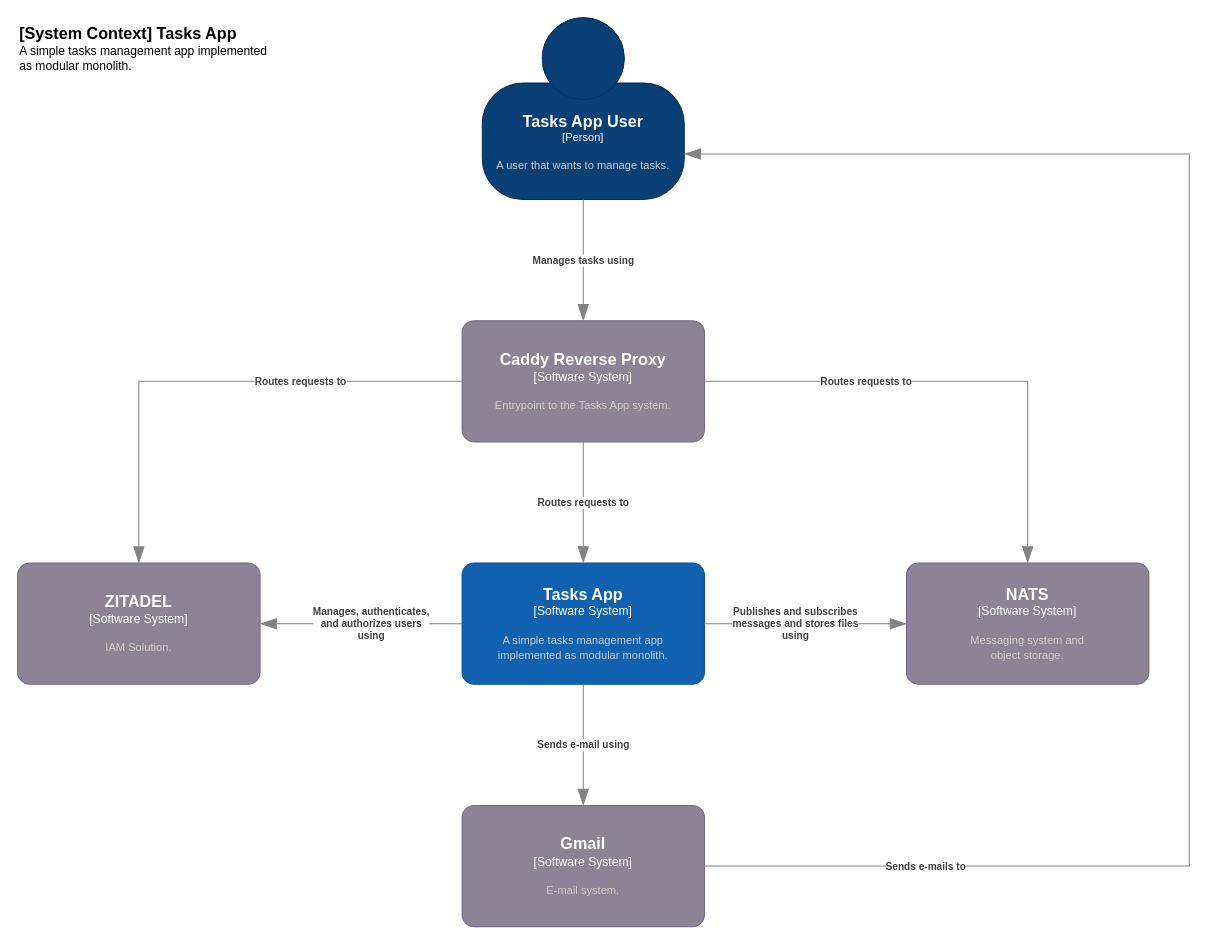
Earlier version of the draw.io diagram page "System Context" (1 of 2) of doc/c4_diagrams.drawio (heikkilamarko/tasks-app). Source tidied: cells renumbered, new cells numbered last; positions are measured from the earlier drawing's top-left corner, leaving out a move shared by most shapes. Both pictures are drawn from the tidied source at 101%, with x=0, y=0 at pixel (17, 17).
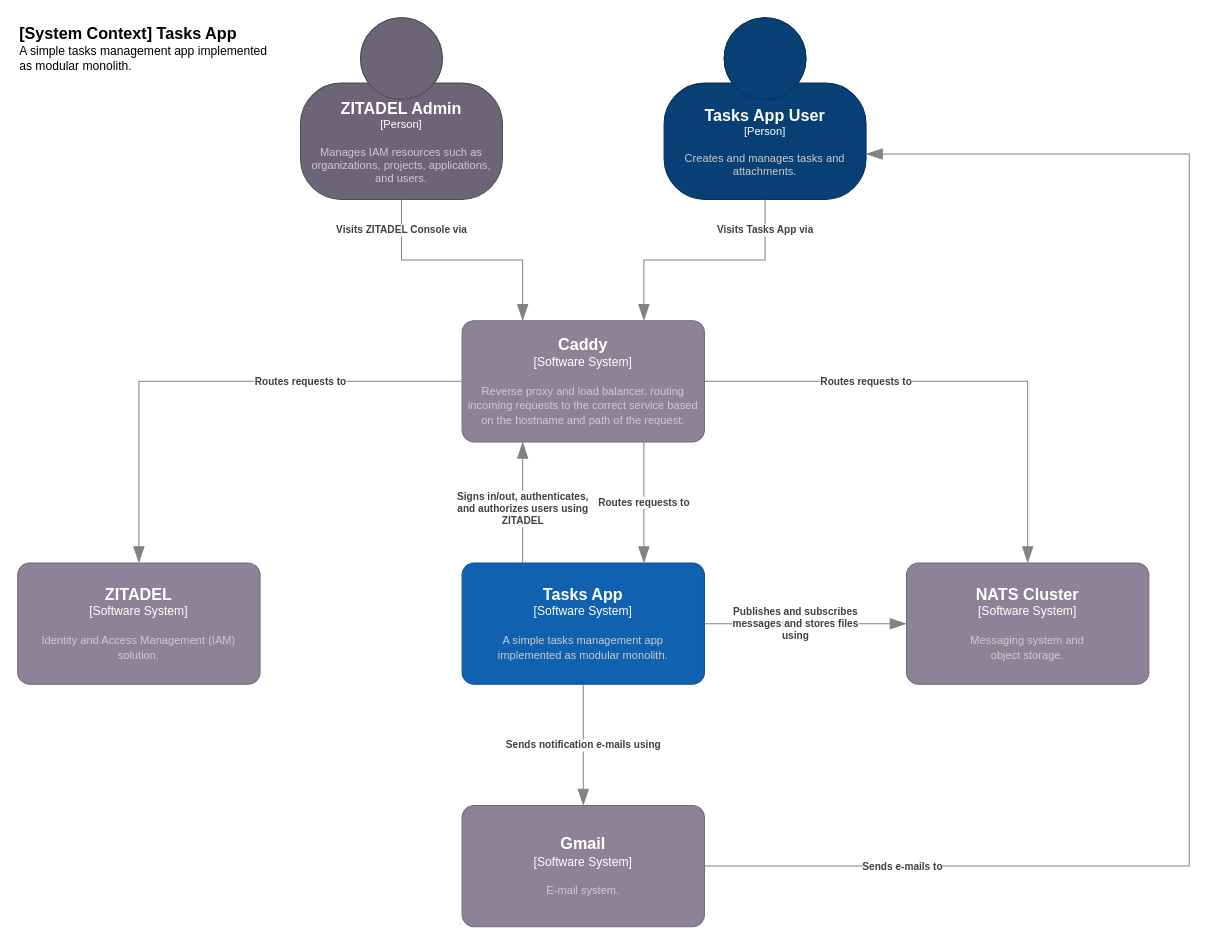
Above is the later version.

The change refers to these unchanged cells:
```xml
<object id="3" label="&lt;font style=&quot;font-size: 16px&quot;&gt;&lt;b&gt;%c4Name%&lt;/b&gt;&lt;/font&gt;&lt;div&gt;[%c4Type%]&lt;/div&gt;&lt;br&gt;&lt;div&gt;&lt;font style=&quot;font-size: 11px&quot;&gt;&lt;font color=&quot;#cccccc&quot;&gt;%c4Description%&lt;/font&gt;&lt;/div&gt;" c4Description="A simple tasks management app&#10;implemented as modular monolith." c4Name="Tasks App" c4Type="Software System" placeholders="1">
  <mxCell style="rounded=1;whiteSpace=wrap;html=1;labelBackgroundColor=none;fillColor=#1061B0;fontColor=#ffffff;align=center;arcSize=10;strokeColor=#0D5091;points=[[0.25,0,0],[0.5,0,0],[0.75,0,0],[1,0.25,0],[1,0.5,0],[1,0.75,0],[0.75,1,0],[0.5,1,0],[0.25,1,0],[0,0.75,0],[0,0.5,0],[0,0.25,0]];" parent="1" vertex="1">
    <mxGeometry x="440" y="540" width="240" height="120" as="geometry" />
  </mxCell>
</object>
<object id="4" label="&lt;font style=&quot;font-size: 16px&quot;&gt;&lt;b&gt;%c4Name%&lt;/b&gt;&lt;/font&gt;&lt;div&gt;[%c4Type%]&lt;/div&gt;&lt;br&gt;&lt;div&gt;&lt;font style=&quot;font-size: 11px&quot;&gt;&lt;font color=&quot;#cccccc&quot;&gt;%c4Description%&lt;/font&gt;&lt;/div&gt;" c4Description="E-mail system." c4Name="Gmail" c4Type="Software System" placeholders="1">
  <mxCell style="rounded=1;whiteSpace=wrap;html=1;labelBackgroundColor=none;fillColor=#8C8496;fontColor=#ffffff;align=center;arcSize=10;strokeColor=#736782;points=[[0.25,0,0],[0.5,0,0],[0.75,0,0],[1,0.25,0],[1,0.5,0],[1,0.75,0],[0.75,1,0],[0.5,1,0],[0.25,1,0],[0,0.75,0],[0,0.5,0],[0,0.25,0]];" parent="1" vertex="1">
    <mxGeometry x="440" y="780" width="240" height="120" as="geometry" />
  </mxCell>
</object>
```

Diff of the diagram source:
```diff
@@
-    <object id="2" label="&lt;font style=&quot;font-size: 16px&quot;&gt;&lt;b&gt;%c4Name%&lt;/b&gt;&lt;/font&gt;&lt;div&gt;[%c4Type%]&lt;/div&gt;&lt;br&gt;&lt;div&gt;&lt;font style=&quot;font-size: 11px&quot;&gt;&lt;font color=&quot;#cccccc&quot;&gt;%c4Description%&lt;/font&gt;&lt;/div&gt;" c4Description="A user that wants to manage tasks." c4Name="Tasks App User" c4Type="Person" placeholders="1">
+    <object id="2" label="&lt;font style=&quot;font-size: 16px&quot;&gt;&lt;b&gt;%c4Name%&lt;/b&gt;&lt;/font&gt;&lt;div&gt;[%c4Type%]&lt;/div&gt;&lt;br&gt;&lt;div&gt;&lt;font style=&quot;font-size: 11px&quot;&gt;&lt;font color=&quot;#cccccc&quot;&gt;%c4Description%&lt;/font&gt;&lt;/div&gt;" c4Description="Creates and manages tasks and attachments." c4Name="Tasks App User" c4Type="Person" placeholders="1">
       <mxCell style="html=1;fontSize=11;dashed=0;whiteSpace=wrap;fillColor=#083F75;strokeColor=#06315C;fontColor=#ffffff;shape=mxgraph.c4.person2;align=center;points=[[0.5,0,0],[1,0.5,0],[1,0.75,0],[0.75,1,0],[0.5,1,0],[0.25,1,0],[0,0.75,0],[0,0.5,0]];" parent="1" vertex="1">
-        <mxGeometry x="460" width="200" height="180" as="geometry" />
+        <mxGeometry x="640" width="200" height="180" as="geometry" />
       </mxCell>
     </object>
@@
-    <object id="5" label="&lt;font style=&quot;font-size: 16px&quot;&gt;&lt;b&gt;%c4Name%&lt;/b&gt;&lt;/font&gt;&lt;div&gt;[%c4Type%]&lt;/div&gt;&lt;br&gt;&lt;div&gt;&lt;font style=&quot;font-size: 11px&quot;&gt;&lt;font color=&quot;#cccccc&quot;&gt;%c4Description%&lt;/font&gt;&lt;/div&gt;" c4Description="Messaging system and&#10;object storage." c4Name="NATS" c4Type="Software System" placeholders="1">
+    <object id="5" label="&lt;font style=&quot;font-size: 16px&quot;&gt;&lt;b&gt;%c4Name%&lt;/b&gt;&lt;/font&gt;&lt;div&gt;[%c4Type%]&lt;/div&gt;&lt;br&gt;&lt;div&gt;&lt;font style=&quot;font-size: 11px&quot;&gt;&lt;font color=&quot;#cccccc&quot;&gt;%c4Description%&lt;/font&gt;&lt;/div&gt;" c4Description="Messaging system and&#10;object storage." c4Name="NATS Cluster" c4Type="Software System" placeholders="1">
       <mxCell style="rounded=1;whiteSpace=wrap;html=1;labelBackgroundColor=none;fillColor=#8C8496;fontColor=#ffffff;align=center;arcSize=10;strokeColor=#736782;points=[[0.25,0,0],[0.5,0,0],[0.75,0,0],[1,0.25,0],[1,0.5,0],[1,0.75,0],[0.75,1,0],[0.5,1,0],[0.25,1,0],[0,0.75,0],[0,0.5,0],[0,0.25,0]];" parent="1" vertex="1">
         <mxGeometry x="880" y="540" width="240" height="120" as="geometry" />
       </mxCell>
     </object>
-    <object id="6" label="&lt;font style=&quot;font-size: 16px&quot;&gt;&lt;b&gt;%c4Name%&lt;/b&gt;&lt;/font&gt;&lt;div&gt;[%c4Type%]&lt;/div&gt;&lt;br&gt;&lt;div&gt;&lt;font style=&quot;font-size: 11px&quot;&gt;&lt;font color=&quot;#cccccc&quot;&gt;%c4Description%&lt;/font&gt;&lt;/div&gt;" c4Description="IAM Solution." c4Name="ZITADEL" c4Type="Software System" placeholders="1">
+    <object id="6" label="&lt;font style=&quot;font-size: 16px&quot;&gt;&lt;b&gt;%c4Name%&lt;/b&gt;&lt;/font&gt;&lt;div&gt;[%c4Type%]&lt;/div&gt;&lt;br&gt;&lt;div&gt;&lt;font style=&quot;font-size: 11px&quot;&gt;&lt;font color=&quot;#cccccc&quot;&gt;%c4Description%&lt;/font&gt;&lt;/div&gt;" c4Description="Identity and Access Management (IAM)&#10;solution." c4Name="ZITADEL" c4Type="Software System" placeholders="1">
       <mxCell style="rounded=1;whiteSpace=wrap;html=1;labelBackgroundColor=none;fillColor=#8C8496;fontColor=#ffffff;align=center;arcSize=10;strokeColor=#736782;points=[[0.25,0,0],[0.5,0,0],[0.75,0,0],[1,0.25,0],[1,0.5,0],[1,0.75,0],[0.75,1,0],[0.5,1,0],[0.25,1,0],[0,0.75,0],[0,0.5,0],[0,0.25,0]];" parent="1" vertex="1">
         <mxGeometry y="540" width="240" height="120" as="geometry" />
       </mxCell>
     </object>
@@
-    <object id="8" label="&lt;div style=&quot;text-align: left&quot;&gt;&lt;div style=&quot;text-align: center&quot;&gt;&lt;b&gt;%c4Description%&lt;/b&gt;&lt;/div&gt;" c4Description="Manages tasks using" placeholders="1">
-      <mxCell style="endArrow=blockThin;html=1;fontSize=10;fontColor=#404040;strokeWidth=1;endFill=1;strokeColor=#828282;elbow=vertical;endSize=14;startSize=14;jumpStyle=arc;jumpSize=16;rounded=0;edgeStyle=orthogonalEdgeStyle;exitX=0.5;exitY=1;exitDx=0;exitDy=0;exitPerimeter=0;entryX=0.5;entryY=0;entryDx=0;entryDy=0;entryPerimeter=0;" parent="1" edge="1" source="2" target="13">
-        <mxGeometry relative="1" as="geometry" />
+    <object id="8" label="&lt;div style=&quot;text-align: left&quot;&gt;&lt;div style=&quot;text-align: center&quot;&gt;&lt;b&gt;%c4Description%&lt;/b&gt;&lt;/div&gt;" c4Description="Visits Tasks App via" placeholders="1">
+      <mxCell style="endArrow=blockThin;html=1;fontSize=10;fontColor=#404040;strokeWidth=1;endFill=1;strokeColor=#828282;elbow=vertical;endSize=14;startSize=14;jumpStyle=arc;jumpSize=16;rounded=0;edgeStyle=orthogonalEdgeStyle;exitX=0.5;exitY=1;exitDx=0;exitDy=0;exitPerimeter=0;entryX=0.75;entryY=0;entryDx=0;entryDy=0;entryPerimeter=0;" parent="1" edge="1" source="2" target="13">
+        <mxGeometry x="-0.75" relative="1" as="geometry" />
       </mxCell>
     </object>
-    <object id="9" label="&lt;div style=&quot;text-align: left&quot;&gt;&lt;div style=&quot;text-align: center&quot;&gt;&lt;b&gt;%c4Description%&lt;/b&gt;&lt;/div&gt;" c4Description="Sends e-mail using" placeholders="1">
+    <object id="9" label="&lt;div style=&quot;text-align: left&quot;&gt;&lt;div style=&quot;text-align: center&quot;&gt;&lt;b&gt;%c4Description%&lt;/b&gt;&lt;/div&gt;" c4Description="Sends notification e-mails using" placeholders="1">
       <mxCell style="endArrow=blockThin;html=1;fontSize=10;fontColor=#404040;strokeWidth=1;endFill=1;strokeColor=#828282;elbow=vertical;endSize=14;startSize=14;jumpStyle=arc;jumpSize=16;rounded=0;edgeStyle=orthogonalEdgeStyle;exitX=0.5;exitY=1;exitDx=0;exitDy=0;exitPerimeter=0;entryX=0.5;entryY=0;entryDx=0;entryDy=0;entryPerimeter=0;" parent="1" edge="1" source="3" target="4">
         <mxGeometry relative="1" as="geometry" />
       </mxCell>
     </object>
@@
-    <object id="11" label="&lt;div style=&quot;text-align: left&quot;&gt;&lt;div style=&quot;text-align: center&quot;&gt;&lt;b&gt;%c4Description%&lt;/b&gt;&lt;/div&gt;" c4Description="Manages, authenticates,&#10;and authorizes users&#10;using" placeholders="1">
-      <mxCell style="endArrow=blockThin;html=1;fontSize=10;fontColor=#404040;strokeWidth=1;endFill=1;strokeColor=#828282;elbow=vertical;endSize=14;startSize=14;jumpStyle=arc;jumpSize=16;rounded=0;edgeStyle=orthogonalEdgeStyle;entryX=1;entryY=0.5;entryDx=0;entryDy=0;entryPerimeter=0;exitX=0;exitY=0.5;exitDx=0;exitDy=0;exitPerimeter=0;" parent="1" edge="1" source="3" target="6">
+    <object id="11" label="&lt;div style=&quot;text-align: left&quot;&gt;&lt;div style=&quot;text-align: center&quot;&gt;&lt;b&gt;%c4Description%&lt;/b&gt;&lt;/div&gt;" c4Description="Signs in/out, authenticates,&#10;and authorizes users using&#10;ZITADEL" placeholders="1">
+      <mxCell style="endArrow=blockThin;html=1;fontSize=10;fontColor=#404040;strokeWidth=1;endFill=1;strokeColor=#828282;elbow=vertical;endSize=14;startSize=14;jumpStyle=arc;jumpSize=16;rounded=0;edgeStyle=orthogonalEdgeStyle;entryX=0.25;entryY=1;entryDx=0;entryDy=0;entryPerimeter=0;exitX=0.25;exitY=0;exitDx=0;exitDy=0;exitPerimeter=0;" parent="1" edge="1" source="3" target="13">
         <mxGeometry x="-0.1" relative="1" as="geometry" />
       </mxCell>
     </object>
@@
-    <object id="13" label="&lt;font style=&quot;font-size: 16px&quot;&gt;&lt;b&gt;%c4Name%&lt;/b&gt;&lt;/font&gt;&lt;div&gt;[%c4Type%]&lt;/div&gt;&lt;br&gt;&lt;div&gt;&lt;font style=&quot;font-size: 11px&quot;&gt;&lt;font color=&quot;#cccccc&quot;&gt;%c4Description%&lt;/font&gt;&lt;/div&gt;" c4Description="Entrypoint to the Tasks App system." c4Name="Caddy Reverse Proxy" c4Type="Software System" placeholders="1">
+    <object id="13" label="&lt;font style=&quot;font-size: 16px&quot;&gt;&lt;b&gt;%c4Name%&lt;/b&gt;&lt;/font&gt;&lt;div&gt;[%c4Type%]&lt;/div&gt;&lt;br&gt;&lt;div&gt;&lt;font style=&quot;font-size: 11px&quot;&gt;&lt;font color=&quot;#cccccc&quot;&gt;%c4Description%&lt;/font&gt;&lt;/div&gt;" c4Description="Reverse proxy and load balancer, routing incoming requests to the correct service based on the hostname and path of the request." c4Name="Caddy" c4Type="Software System" placeholders="1">
       <mxCell style="rounded=1;whiteSpace=wrap;html=1;labelBackgroundColor=none;fillColor=#8C8496;fontColor=#ffffff;align=center;arcSize=10;strokeColor=#736782;points=[[0.25,0,0],[0.5,0,0],[0.75,0,0],[1,0.25,0],[1,0.5,0],[1,0.75,0],[0.75,1,0],[0.5,1,0],[0.25,1,0],[0,0.75,0],[0,0.5,0],[0,0.25,0]];" parent="1" vertex="1">
         <mxGeometry x="440" y="300" width="240" height="120" as="geometry" />
       </mxCell>
     </object>
     <object id="14" label="&lt;div style=&quot;text-align: left&quot;&gt;&lt;div style=&quot;text-align: center&quot;&gt;&lt;b&gt;%c4Description%&lt;/b&gt;&lt;/div&gt;" c4Description="Routes requests to" placeholders="1">
-      <mxCell style="endArrow=blockThin;html=1;fontSize=10;fontColor=#404040;strokeWidth=1;endFill=1;strokeColor=#828282;elbow=vertical;endSize=14;startSize=14;jumpStyle=arc;jumpSize=16;rounded=0;edgeStyle=orthogonalEdgeStyle;exitX=0.5;exitY=1;exitDx=0;exitDy=0;exitPerimeter=0;entryX=0.5;entryY=0;entryDx=0;entryDy=0;entryPerimeter=0;" parent="1" edge="1" source="13" target="3">
+      <mxCell style="endArrow=blockThin;html=1;fontSize=10;fontColor=#404040;strokeWidth=1;endFill=1;strokeColor=#828282;elbow=vertical;endSize=14;startSize=14;jumpStyle=arc;jumpSize=16;rounded=0;edgeStyle=orthogonalEdgeStyle;exitX=0.75;exitY=1;exitDx=0;exitDy=0;exitPerimeter=0;entryX=0.75;entryY=0;entryDx=0;entryDy=0;entryPerimeter=0;" parent="1" edge="1" source="13" target="3">
         <mxGeometry relative="1" as="geometry" />
       </mxCell>
     </object>
@@
+    <object id="17" label="&lt;font style=&quot;font-size: 16px&quot;&gt;&lt;b&gt;%c4Name%&lt;/b&gt;&lt;/font&gt;&lt;div&gt;[%c4Type%]&lt;/div&gt;&lt;br&gt;&lt;div&gt;&lt;font style=&quot;font-size: 11px&quot;&gt;&lt;font color=&quot;#cccccc&quot;&gt;%c4Description%&lt;/font&gt;&lt;/div&gt;" c4Description="Manages IAM resources such as organizations, projects, applications, and users." c4Name="ZITADEL Admin" c4Type="Person" placeholders="1">
+      <mxCell style="html=1;fontSize=11;dashed=0;whiteSpace=wrap;fillColor=#6C6477;strokeColor=#4D4D4D;fontColor=#ffffff;shape=mxgraph.c4.person2;align=center;points=[[0.5,0,0],[1,0.5,0],[1,0.75,0],[0.75,1,0],[0.5,1,0],[0.25,1,0],[0,0.75,0],[0,0.5,0]];" parent="1" vertex="1">
+        <mxGeometry x="280" width="200" height="180" as="geometry" />
+      </mxCell>
+    </object>
+    <object id="18" label="&lt;div style=&quot;text-align: left&quot;&gt;&lt;div style=&quot;text-align: center&quot;&gt;&lt;b&gt;%c4Description%&lt;/b&gt;&lt;/div&gt;" c4Description="Visits ZITADEL Console via" placeholders="1">
+      <mxCell style="endArrow=blockThin;html=1;fontSize=10;fontColor=#404040;strokeWidth=1;endFill=1;strokeColor=#828282;elbow=vertical;endSize=14;startSize=14;jumpStyle=arc;jumpSize=16;rounded=0;edgeStyle=orthogonalEdgeStyle;exitX=0.5;exitY=1;exitDx=0;exitDy=0;exitPerimeter=0;entryX=0.25;entryY=0;entryDx=0;entryDy=0;entryPerimeter=0;" parent="1" edge="1" source="17" target="13">
+        <mxGeometry x="-0.75" relative="1" as="geometry" />
+      </mxCell>
+    </object>
```
